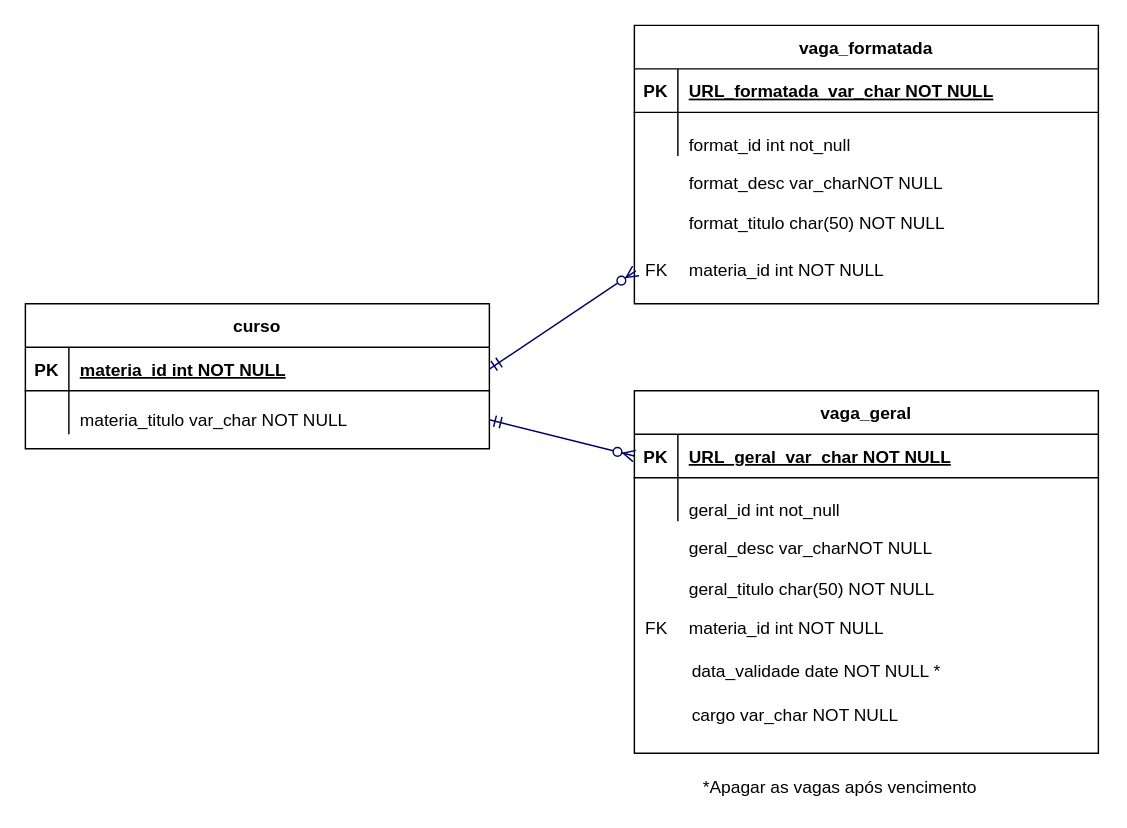
Above: page "MER" (1 of 4) of diagram/MER.drawio in YuriQueriquelli/fatec_tg (draw.io), before the change. Source tidied: cells renumbered, new cells numbered last; positions are measured from the earlier drawing's top-left corner, leaving out a move shared by most shapes. Both pictures are drawn from the tidied source at 145%, with x=0, y=0 at pixel (25, 25).
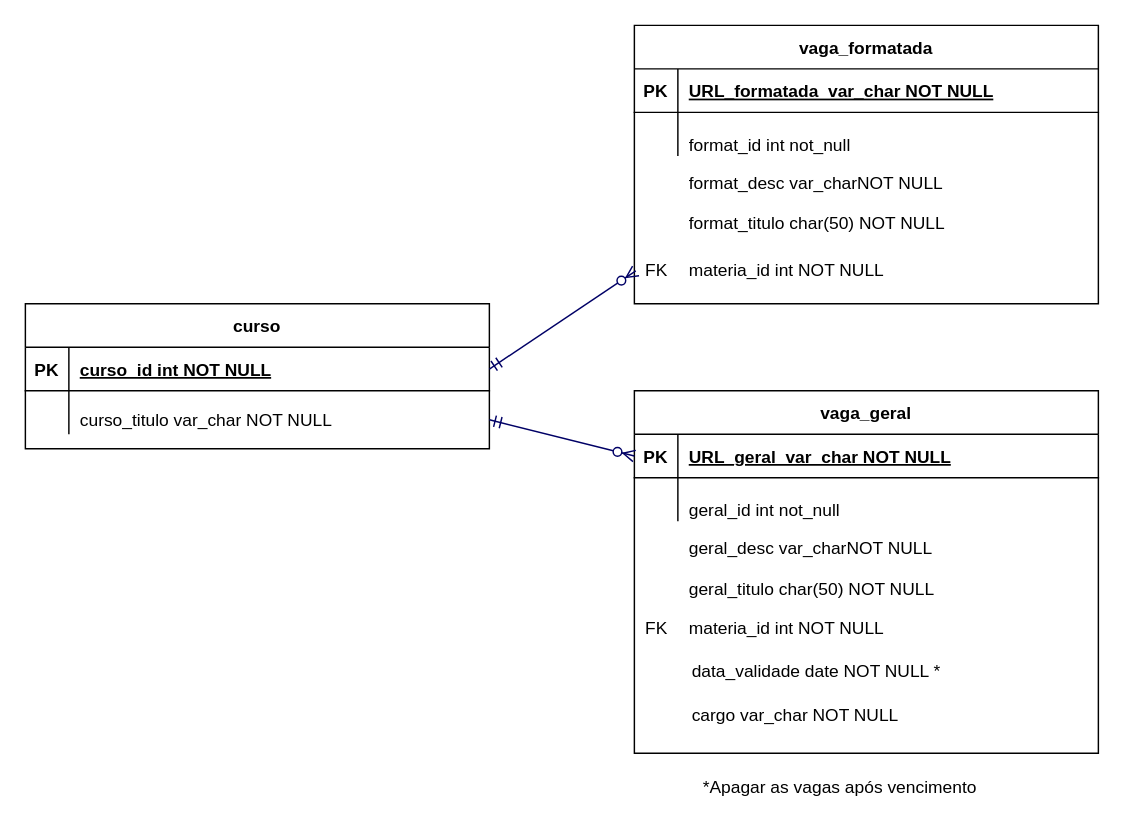
The same page after the edit.

Unchanged cells that the change refers to:
```xml
<mxCell id="23" style="shape=partialRectangle;fillColor=none;points=[[0,0.5],[1,0.5]];portConstraint=eastwest;top=0;left=0;right=0;bottom=1;" parent="22" vertex="1">
  <mxGeometry y="30" width="320" height="30" as="geometry" />
</mxCell>
```

The edit, as a diff of the source:
```diff
@@
-    <mxCell id="25" value="materia_id int NOT NULL" style="shape=partialRectangle;overflow=hidden;fillColor=none;top=0;left=0;bottom=0;right=0;align=left;spacingLeft=6;fontStyle=5;" parent="23" vertex="1">
+    <mxCell id="25" value="curso_id int NOT NULL" style="shape=partialRectangle;overflow=hidden;fillColor=none;top=0;left=0;bottom=0;right=0;align=left;spacingLeft=6;fontStyle=5;" parent="23" vertex="1">
       <mxGeometry x="30" width="290" height="30" as="geometry" />
     </mxCell>
@@
-    <mxCell id="35" value="materia_titulo var_char NOT NULL" style="shape=partialRectangle;overflow=hidden;fillColor=none;top=0;left=0;bottom=0;right=0;align=left;spacingLeft=6;" parent="1" vertex="1">
+    <mxCell id="35" value="curso_titulo var_char NOT NULL" style="shape=partialRectangle;overflow=hidden;fillColor=none;top=0;left=0;bottom=0;right=0;align=left;spacingLeft=6;" parent="1" vertex="1">
       <mxGeometry x="30" y="257" width="290" height="30" as="geometry" />
     </mxCell>
```
